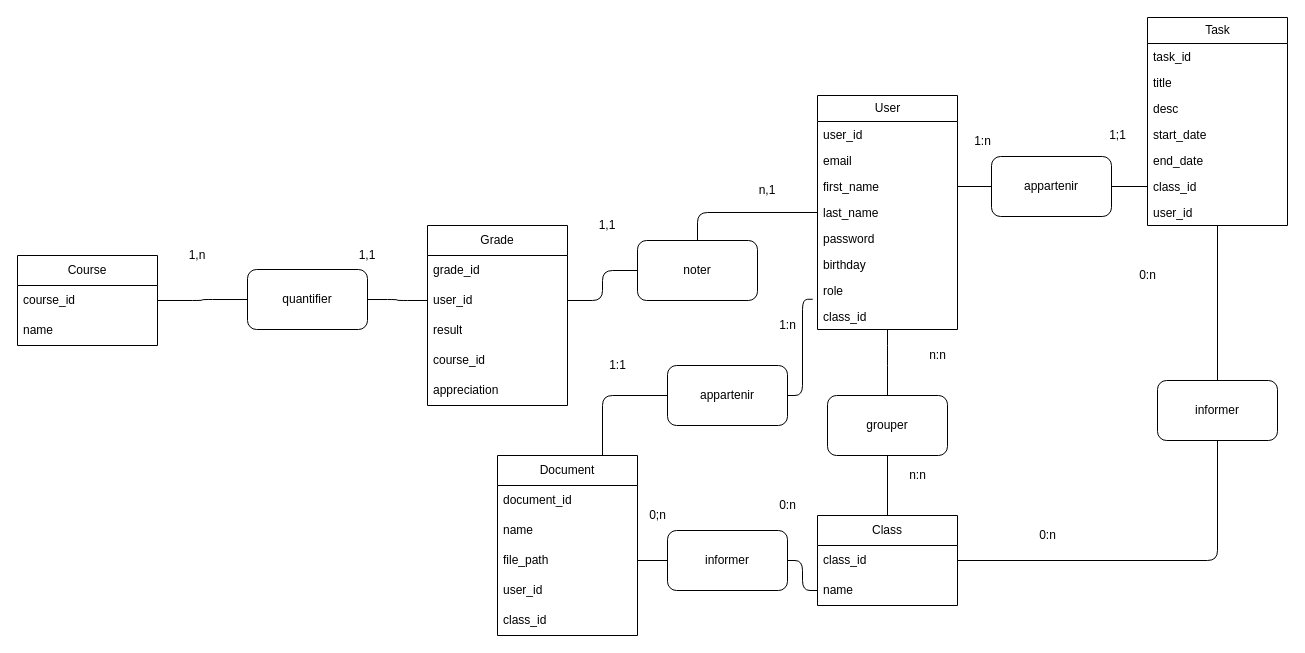
This is mcd.drawio from augustin-yvon/moonshot, a draw.io file, before an edit. Source tidied: cells renumbered, new cells numbered last; positions are measured from the earlier drawing's top-left corner, leaving out a move shared by most shapes. Both pictures are drawn from the tidied source at 100%, with x=0, y=0 at pixel (17, 17).
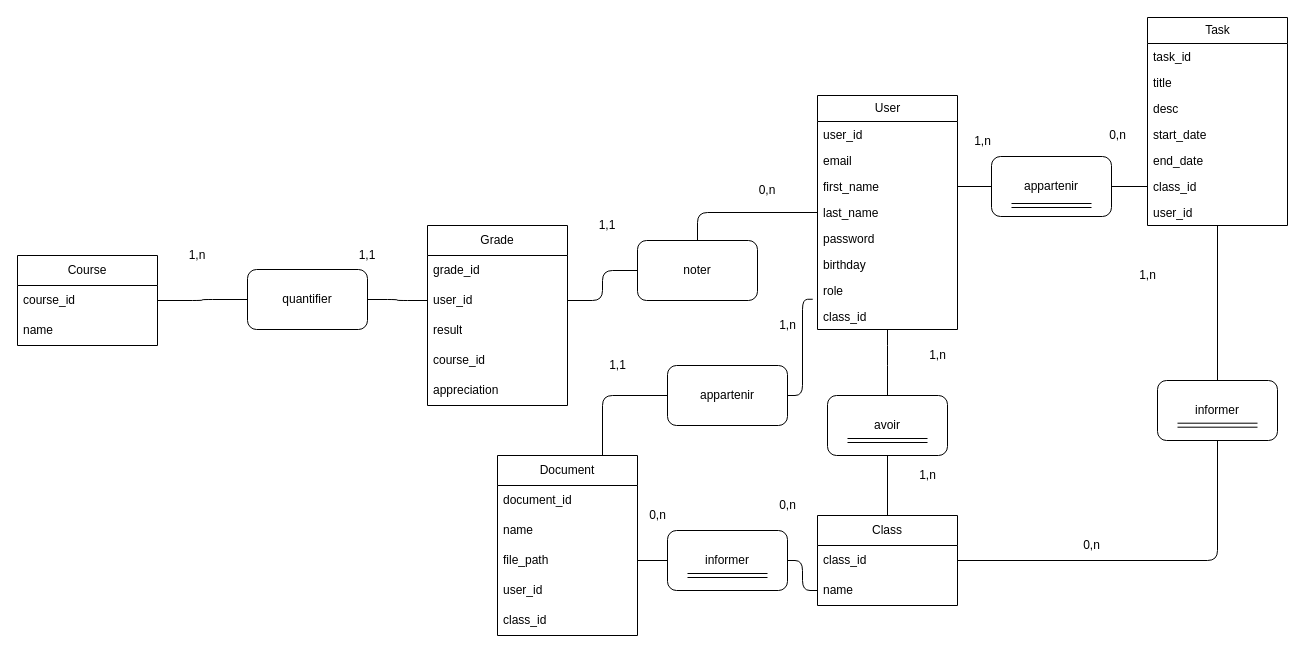
The same page after the edit.

Diff of the diagram source:
```diff
@@
-    <mxCell id="42" value="n,1" style="text;strokeColor=none;align=center;fillColor=none;html=1;verticalAlign=middle;whiteSpace=wrap;rounded=0;" parent="1" vertex="1">
+    <mxCell id="42" value="0,n" style="text;strokeColor=none;align=center;fillColor=none;html=1;verticalAlign=middle;whiteSpace=wrap;rounded=0;" parent="1" vertex="1">
       <mxGeometry x="690" y="158" width="120" height="30" as="geometry" />
     </mxCell>
@@
-    <mxCell id="44" value="grouper" style="whiteSpace=wrap;html=1;perimeterSpacing=0;rounded=1;" parent="1" vertex="1">
+    <mxCell id="44" value="avoir" style="whiteSpace=wrap;html=1;perimeterSpacing=0;rounded=1;" parent="1" vertex="1">
       <mxGeometry x="810" y="378" width="120" height="60" as="geometry" />
     </mxCell>
-    <mxCell id="45" value="n:n" style="text;html=1;align=center;verticalAlign=middle;strokeColor=none;fillColor=none;" parent="1" vertex="1">
+    <mxCell id="45" value="1,n" style="text;html=1;align=center;verticalAlign=middle;strokeColor=none;fillColor=none;" parent="1" vertex="1">
       <mxGeometry x="900" y="323" width="40" height="30" as="geometry" />
     </mxCell>
-    <mxCell id="46" value="n:n" style="text;html=1;align=center;verticalAlign=middle;strokeColor=none;fillColor=none;" parent="1" vertex="1">
-      <mxGeometry x="880" y="443" width="40" height="30" as="geometry" />
+    <mxCell id="46" value="1,n" style="text;html=1;align=center;verticalAlign=middle;strokeColor=none;fillColor=none;" parent="1" vertex="1">
+      <mxGeometry x="890" y="443" width="40" height="30" as="geometry" />
     </mxCell>
@@
-    <mxCell id="59" value="0:n" style="text;html=1;align=center;verticalAlign=middle;strokeColor=none;fillColor=none;" parent="1" vertex="1">
+    <mxCell id="59" value="0,n" style="text;html=1;align=center;verticalAlign=middle;strokeColor=none;fillColor=none;" parent="1" vertex="1">
       <mxGeometry x="750" y="473" width="40" height="30" as="geometry" />
     </mxCell>
-    <mxCell id="60" value="0;n" style="text;html=1;align=center;verticalAlign=middle;strokeColor=none;fillColor=none;" parent="1" vertex="1">
+    <mxCell id="60" value="0,n" style="text;html=1;align=center;verticalAlign=middle;strokeColor=none;fillColor=none;" parent="1" vertex="1">
       <mxGeometry x="620" y="483" width="40" height="30" as="geometry" />
     </mxCell>
-    <mxCell id="61" value="1:1" style="text;html=1;align=center;verticalAlign=middle;strokeColor=none;fillColor=none;" parent="1" vertex="1">
+    <mxCell id="61" value="1,1" style="text;html=1;align=center;verticalAlign=middle;strokeColor=none;fillColor=none;" parent="1" vertex="1">
       <mxGeometry x="580" y="333" width="40" height="30" as="geometry" />
     </mxCell>
-    <mxCell id="62" value="1:n" style="text;html=1;align=center;verticalAlign=middle;strokeColor=none;fillColor=none;" parent="1" vertex="1">
+    <mxCell id="62" value="1,n" style="text;html=1;align=center;verticalAlign=middle;strokeColor=none;fillColor=none;" parent="1" vertex="1">
       <mxGeometry x="750" y="293" width="40" height="30" as="geometry" />
     </mxCell>
@@
-    <mxCell id="65" value="0:n" style="text;html=1;align=center;verticalAlign=middle;strokeColor=none;fillColor=none;" parent="1" vertex="1">
+    <mxCell id="65" value="1,n" style="text;html=1;align=center;verticalAlign=middle;strokeColor=none;fillColor=none;" parent="1" vertex="1">
       <mxGeometry x="1110" y="243" width="40" height="30" as="geometry" />
     </mxCell>
-    <mxCell id="66" value="0:n" style="text;html=1;align=center;verticalAlign=middle;strokeColor=none;fillColor=none;" parent="1" vertex="1">
-      <mxGeometry x="1010" y="503" width="40" height="30" as="geometry" />
+    <mxCell id="66" value="0,n" style="text;html=1;align=center;verticalAlign=middle;strokeColor=none;fillColor=none;" parent="1" vertex="1">
+      <mxGeometry x="1054" y="513" width="40" height="30" as="geometry" />
     </mxCell>
@@
-    <mxCell id="70" value="1;1" style="text;html=1;align=center;verticalAlign=middle;strokeColor=none;fillColor=none;" parent="1" vertex="1">
+    <mxCell id="70" value="0,n" style="text;html=1;align=center;verticalAlign=middle;strokeColor=none;fillColor=none;" parent="1" vertex="1">
       <mxGeometry x="1080" y="103" width="40" height="30" as="geometry" />
     </mxCell>
-    <mxCell id="71" value="1:n" style="text;html=1;align=center;verticalAlign=middle;strokeColor=none;fillColor=none;rounded=0;" parent="1" vertex="1">
+    <mxCell id="71" value="1,n" style="text;html=1;align=center;verticalAlign=middle;strokeColor=none;fillColor=none;rounded=0;" parent="1" vertex="1">
       <mxGeometry x="945" y="109" width="40" height="30" as="geometry" />
     </mxCell>
+    <mxCell id="72" style="edgeStyle=none;orthogonalLoop=1;jettySize=auto;html=1;shape=link;" parent="1" edge="1">
+      <mxGeometry relative="1" as="geometry">
+        <mxPoint x="670" y="558" as="sourcePoint" />
+        <mxPoint x="750" y="558" as="targetPoint" />
+      </mxGeometry>
+    </mxCell>
+    <mxCell id="73" style="edgeStyle=none;orthogonalLoop=1;jettySize=auto;html=1;shape=link;" parent="1" edge="1">
+      <mxGeometry relative="1" as="geometry">
+        <mxPoint x="830" y="423" as="sourcePoint" />
+        <mxPoint x="910" y="423" as="targetPoint" />
+      </mxGeometry>
+    </mxCell>
+    <mxCell id="74" style="edgeStyle=none;orthogonalLoop=1;jettySize=auto;html=1;shape=link;" parent="1" edge="1">
+      <mxGeometry relative="1" as="geometry">
+        <mxPoint x="994" y="188" as="sourcePoint" />
+        <mxPoint x="1074" y="188" as="targetPoint" />
+      </mxGeometry>
+    </mxCell>
+    <mxCell id="75" style="edgeStyle=none;orthogonalLoop=1;jettySize=auto;html=1;shape=link;" parent="1" edge="1">
+      <mxGeometry relative="1" as="geometry">
+        <mxPoint x="1160" y="407.7" as="sourcePoint" />
+        <mxPoint x="1240" y="407.7" as="targetPoint" />
+      </mxGeometry>
+    </mxCell>
```
